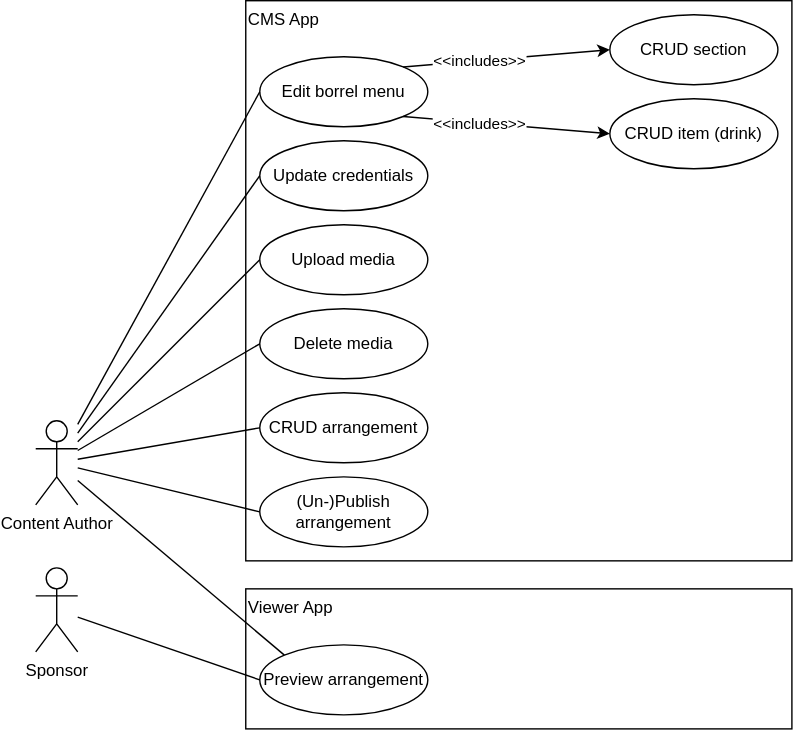
StudieverenigingSTORM/StoKa-TV keeps this draw.io diagram as docs/use-case_cms.drawio.svg. Above is the earlier version. Source tidied: cells renumbered, new cells last; positions are measured from the earlier drawing's top-left corner, leaving out a move shared by most shapes.
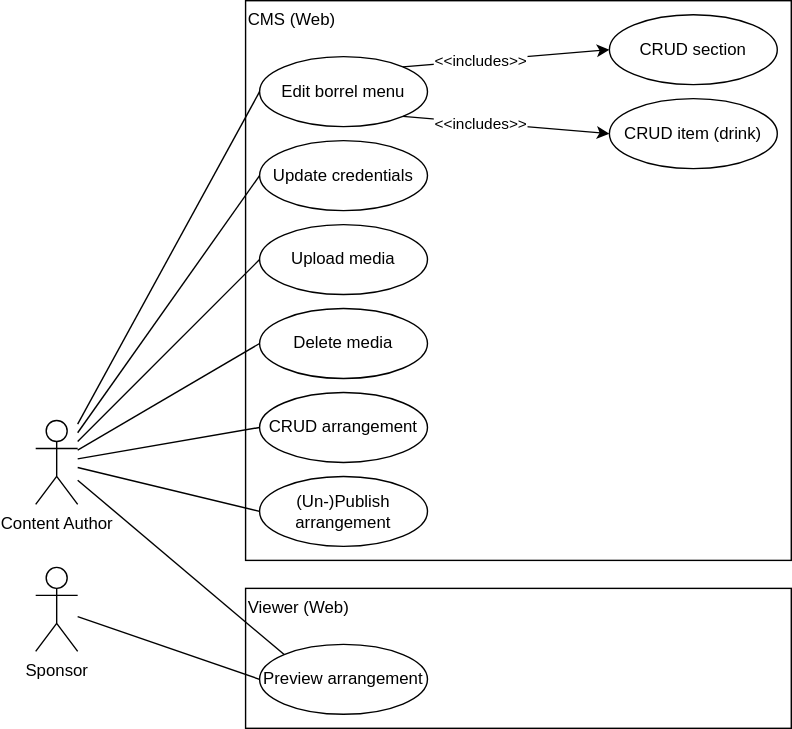
The same file after the commit.

Commit message:
System names

Change to the diagram source:
```diff
@@ -2,7 +2,7 @@
   <root>
     <mxCell id="0" />
     <mxCell id="1" parent="0" />
-    <mxCell id="2" value="CMS App" style="rounded=0;whiteSpace=wrap;html=1;fontFamily=Helvetica;fontSize=12;align=left;verticalAlign=top;fillColor=none;fontColor=#000000;strokeColor=#000000;" parent="1" vertex="1">
+    <mxCell id="2" value="CMS (Web)" style="rounded=0;whiteSpace=wrap;html=1;fontFamily=Helvetica;fontSize=12;align=left;verticalAlign=top;fillColor=none;fontColor=#000000;strokeColor=#000000;" parent="1" vertex="1">
       <mxGeometry x="150" width="390" height="400" as="geometry" />
     </mxCell>
     <mxCell id="3" value="Sponsor" style="shape=umlActor;verticalLabelPosition=bottom;verticalAlign=top;html=1;outlineConnect=0;fillColor=none;fontColor=#000000;rounded=0;strokeColor=#000000;" parent="1" vertex="1">
@@ -11,7 +11,7 @@
     <mxCell id="4" style="endArrow=none;html=1;rounded=0;fontColor=#000000;fontSize=12;verticalAlign=middle;strokeColor=#000000;exitX=0;exitY=0.5;exitDx=0;exitDy=0;" parent="1" edge="1" source="6" target="3">
       <mxGeometry relative="1" as="geometry" />
     </mxCell>
-    <mxCell id="5" value="Viewer App" style="rounded=0;whiteSpace=wrap;html=1;fontFamily=Helvetica;fontSize=12;align=left;verticalAlign=top;fillColor=none;fontColor=#000000;strokeColor=#000000;" parent="1" vertex="1">
+    <mxCell id="5" value="Viewer (Web)" style="rounded=0;whiteSpace=wrap;html=1;fontFamily=Helvetica;fontSize=12;align=left;verticalAlign=top;fillColor=none;fontColor=#000000;strokeColor=#000000;" parent="1" vertex="1">
       <mxGeometry x="150" y="420" width="390" height="100" as="geometry" />
     </mxCell>
     <mxCell id="6" value="&lt;font color=&quot;#000000&quot;&gt;Preview arrangement&lt;/font&gt;" style="ellipse;whiteSpace=wrap;html=1;align=center;verticalAlign=middle;rounded=0;strokeColor=#000000;fillColor=none;" parent="1" vertex="1">
```
